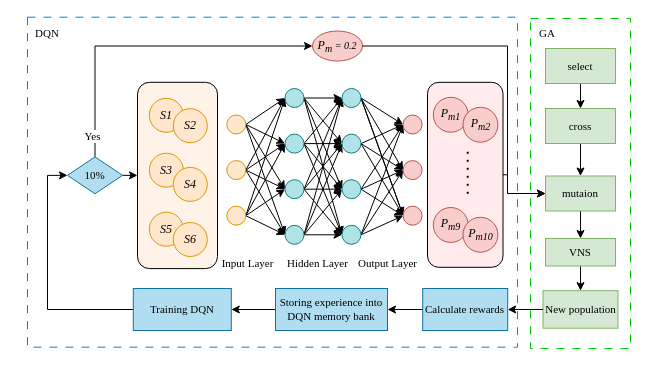
Earlier version of the draw.io diagram DQN.drawio (aslongaslihappy/algorithm). Source tidied: cells renumbered, new cells numbered last; positions are measured from the earlier drawing's top-left corner, leaving out a move shared by most shapes. Both pictures are drawn from the tidied source at 100%, with x=0, y=0 at pixel (17, 17).
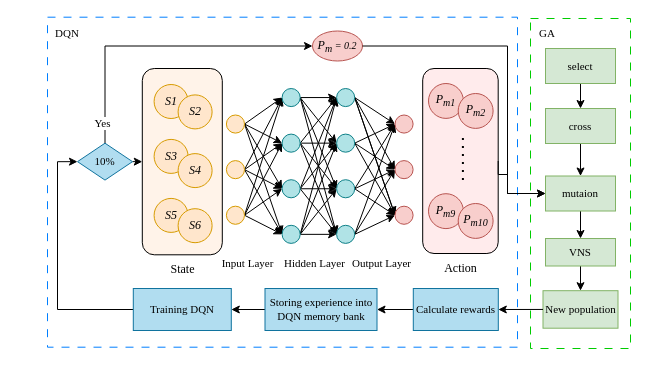
After the change.

The change refers to these unchanged cells:
```xml
<mxCell id="24" value="Training DQN" style="rounded=0;whiteSpace=wrap;html=1;fontFamily=Times New Roman;fillColor=#b1ddf0;strokeColor=#10739e;fontSize=11;" parent="1" vertex="1">
  <mxGeometry x="115.8" y="271" width="98" height="42" as="geometry" />
</mxCell>
```

What changed in the source:
```diff
@@
     <mxCell id="2" style="rounded=0;whiteSpace=wrap;html=1;dashed=1;dashPattern=8 8;strokeColor=#007FFF;" parent="1" vertex="1">
-      <mxGeometry x="10" y="-0.3" width="490" height="330" as="geometry" />
+      <mxGeometry x="30" y="-0.3" width="470" height="330" as="geometry" />
     </mxCell>
     <mxCell id="3" value="DQN" style="text;html=1;align=center;verticalAlign=middle;whiteSpace=wrap;rounded=0;fontFamily=Times New Roman;fontSize=11;" parent="1" vertex="1">
-      <mxGeometry y="1" width="60" height="30" as="geometry" />
+      <mxGeometry x="20" y="1" width="60" height="30" as="geometry" />
     </mxCell>
     <mxCell id="4" style="group;fontFamily=Times New Roman;fontStyle=2;" parent="1" vertex="1">
-      <mxGeometry x="120" y="64.8" width="80" height="186.2" as="geometry" />
+      <mxGeometry x="124.8" y="51" width="80" height="186.2" as="geometry" />
     </mxCell>
@@
     <mxCell id="12" style="group;fontStyle=2;" parent="1" vertex="1">
-      <mxGeometry x="410" y="64.8" width="75.5" height="185" as="geometry" />
+      <mxGeometry x="405.2" y="51" width="75.5" height="185" as="geometry" />
     </mxCell>
@@
     <mxCell id="20" value="Calculate rewards" style="rounded=0;whiteSpace=wrap;html=1;fontFamily=Times New Roman;fillColor=#b1ddf0;strokeColor=#10739e;fontSize=11;" parent="1" vertex="1">
-      <mxGeometry x="405.2" y="271" width="85" height="42" as="geometry" />
+      <mxGeometry x="395.8" y="271" width="85" height="42" as="geometry" />
     </mxCell>
@@
     <mxCell id="22" value="Storing experience into DQN memory bank" style="rounded=0;whiteSpace=wrap;html=1;fontFamily=Times New Roman;fillColor=#b1ddf0;strokeColor=#10739e;fontSize=11;" parent="1" vertex="1">
-      <mxGeometry x="258" y="271" width="112" height="42" as="geometry" />
+      <mxGeometry x="247.5" y="271" width="112" height="42" as="geometry" />
     </mxCell>
     <mxCell id="23" style="edgeStyle=orthogonalEdgeStyle;rounded=0;jettySize=auto;html=1;exitX=0;exitY=0.5;exitDx=0;exitDy=0;entryX=0;entryY=0.5;entryDx=0;entryDy=0;" parent="1" edge="1" source="24" target="28">
       <mxGeometry relative="1" as="geometry">
         <Array as="points">
-          <mxPoint x="30" y="292" />
-          <mxPoint x="30" y="157" />
+          <mxPoint x="40" y="292" />
+          <mxPoint x="40" y="144" />
         </Array>
       </mxGeometry>
     </mxCell>
@@
     <mxCell id="28" value="10%" style="rhombus;whiteSpace=wrap;html=1;fontFamily=Times New Roman;fillColor=#b1ddf0;strokeColor=#10739e;fontSize=11;" parent="1" vertex="1">
-      <mxGeometry x="50" y="139.4" width="55" height="36.9" as="geometry" />
+      <mxGeometry x="60" y="125.7" width="55" height="36.9" as="geometry" />
     </mxCell>
@@
     <mxCell id="44" style="group;" parent="1" vertex="1">
-      <mxGeometry x="200" y="71" width="230" height="187.4" as="geometry" />
+      <mxGeometry x="200" y="71" width="220" height="187.4" as="geometry" />
     </mxCell>
     <mxCell id="45" value="Input Layer" style="text;html=1;align=center;verticalAlign=middle;strokeColor=none;fillColor=none;fontFamily=Times New Roman;fontSize=11;" parent="44" vertex="1">
-      <mxGeometry x="-10" y="160.3" width="80" height="30" as="geometry" />
+      <mxGeometry x="-9.6" y="160.3" width="80" height="30" as="geometry" />
     </mxCell>
     <mxCell id="46" value="Hidden Layer" style="text;html=1;align=center;verticalAlign=middle;strokeColor=none;fillColor=none;fontFamily=Times New Roman;fontSize=11;" parent="44" vertex="1">
-      <mxGeometry x="60" y="160.3" width="80" height="30" as="geometry" />
+      <mxGeometry x="57.4" y="160.3" width="80" height="30" as="geometry" />
     </mxCell>
@@
     <mxCell id="51" style="ellipse;whiteSpace=wrap;html=1;fontSize=11;strokeWidth=1;fontFamily=Times New Roman;fillColor=#ffe6cc;strokeColor=#d79b00;" parent="44" vertex="1">
-      <mxGeometry x="9.3" y="26.5" width="19" height="19" as="geometry" />
+      <mxGeometry x="8.9" y="26.5" width="18.1" height="18.1" as="geometry" />
     </mxCell>
@@
     <mxCell id="56" style="ellipse;whiteSpace=wrap;html=1;fontSize=11;strokeWidth=1;fontFamily=Times New Roman;fillColor=#ffe6cc;strokeColor=#d79b00;" parent="44" vertex="1">
-      <mxGeometry x="9.3" y="72.1" width="19" height="19" as="geometry" />
+      <mxGeometry x="8.9" y="72.1" width="18.1" height="18.1" as="geometry" />
     </mxCell>
@@
     <mxCell id="61" style="ellipse;whiteSpace=wrap;html=1;fontSize=11;strokeWidth=1;fontFamily=Times New Roman;fillColor=#ffe6cc;strokeColor=#d79b00;" parent="44" vertex="1">
-      <mxGeometry x="9.3" y="117.7" width="19" height="19" as="geometry" />
+      <mxGeometry x="8.9" y="117.7" width="18.1" height="18.1" as="geometry" />
     </mxCell>
@@
     <mxCell id="66" style="ellipse;whiteSpace=wrap;html=1;fontSize=11;strokeWidth=1;flipV=1;flipH=1;fontFamily=Times New Roman;fillColor=#b0e3e6;strokeColor=#0e8088;" parent="44" vertex="1">
-      <mxGeometry x="67.5" y="136.8" width="19" height="19" as="geometry" />
+      <mxGeometry x="64.6" y="136.8" width="18.1" height="18.1" as="geometry" />
     </mxCell>
@@
     <mxCell id="71" style="ellipse;whiteSpace=wrap;html=1;fontSize=11;strokeWidth=1;flipV=1;flipH=1;fontFamily=Times New Roman;fillColor=#b0e3e6;strokeColor=#0e8088;" parent="44" vertex="1">
-      <mxGeometry x="67.5" y="91.2" width="19" height="19" as="geometry" />
+      <mxGeometry x="64.6" y="91.2" width="18.1" height="18.1" as="geometry" />
     </mxCell>
@@
     <mxCell id="76" style="ellipse;whiteSpace=wrap;html=1;fontSize=11;strokeWidth=1;flipV=1;flipH=1;fontFamily=Times New Roman;fillColor=#b0e3e6;strokeColor=#0e8088;" parent="44" vertex="1">
-      <mxGeometry x="67.5" y="45.6" width="19" height="19" as="geometry" />
+      <mxGeometry x="64.6" y="45.6" width="18.1" height="18.1" as="geometry" />
     </mxCell>
@@
     <mxCell id="79" style="rounded=0;jettySize=auto;html=1;exitX=1;exitY=0.5;exitDx=0;exitDy=0;entryX=0;entryY=0.5;entryDx=0;entryDy=0;fontFamily=Times New Roman;fontSize=11;" parent="44" edge="1" source="81">
       <mxGeometry relative="1" as="geometry">
-        <mxPoint x="124.5" y="100.5" as="targetPoint" />
+        <mxPoint x="119.1" y="100.5" as="targetPoint" />
       </mxGeometry>
     </mxCell>
@@
     <mxCell id="81" style="ellipse;whiteSpace=wrap;html=1;fontSize=11;strokeWidth=1;flipV=1;flipH=1;fontFamily=Times New Roman;fillColor=#b0e3e6;strokeColor=#0e8088;" parent="44" vertex="1">
-      <mxGeometry x="67.5" width="19" height="19" as="geometry" />
+      <mxGeometry x="64.6" width="18.1" height="18.1" as="geometry" />
     </mxCell>
@@
     <mxCell id="85" style="ellipse;whiteSpace=wrap;html=1;fontSize=11;strokeWidth=1;flipV=1;flipH=1;fontFamily=Times New Roman;fillColor=#b0e3e6;strokeColor=#0e8088;" parent="44" vertex="1">
-      <mxGeometry x="124.5" y="91.2" width="19" height="19" as="geometry" />
+      <mxGeometry x="119.1" y="91.2" width="18.1" height="18.1" as="geometry" />
     </mxCell>
@@
     <mxCell id="89" style="ellipse;whiteSpace=wrap;html=1;fontSize=11;strokeWidth=1;flipV=1;flipH=1;fontFamily=Times New Roman;fillColor=#b0e3e6;strokeColor=#0e8088;" parent="44" vertex="1">
-      <mxGeometry x="124.5" y="136.8" width="19" height="19" as="geometry" />
+      <mxGeometry x="119.1" y="136.8" width="18.1" height="18.1" as="geometry" />
     </mxCell>
@@
     <mxCell id="94" style="ellipse;whiteSpace=wrap;html=1;fontSize=11;strokeWidth=1;flipV=1;flipH=1;fontFamily=Times New Roman;fillColor=#b0e3e6;strokeColor=#0e8088;" parent="44" vertex="1">
-      <mxGeometry x="124.5" width="19" height="19" as="geometry" />
+      <mxGeometry x="119.1" width="18.1" height="18.1" as="geometry" />
     </mxCell>
@@
     <mxCell id="98" style="ellipse;whiteSpace=wrap;html=1;fontSize=11;strokeWidth=1;flipV=1;flipH=1;fontFamily=Times New Roman;fillColor=#b0e3e6;strokeColor=#0e8088;" parent="44" vertex="1">
-      <mxGeometry x="124.5" y="45.6" width="19" height="19" as="geometry" />
+      <mxGeometry x="119.1" y="45.6" width="18.1" height="18.1" as="geometry" />
     </mxCell>
     <mxCell id="99" style="ellipse;whiteSpace=wrap;html=1;fontSize=11;strokeWidth=1;fontFamily=Times New Roman;fillColor=#f8cecc;strokeColor=#b85450;" parent="44" vertex="1">
-      <mxGeometry x="185.6" y="117.7" width="19" height="19" as="geometry" />
+      <mxGeometry x="177.5" y="117.7" width="18.1" height="18.1" as="geometry" />
     </mxCell>
     <mxCell id="100" style="ellipse;whiteSpace=wrap;html=1;fontSize=11;strokeWidth=1;fontFamily=Times New Roman;fillColor=#f8cecc;strokeColor=#b85450;" parent="44" vertex="1">
-      <mxGeometry x="185.6" y="72.1" width="19" height="19" as="geometry" />
+      <mxGeometry x="177.5" y="72.1" width="18.1" height="18.1" as="geometry" />
     </mxCell>
     <mxCell id="101" style="ellipse;whiteSpace=wrap;html=1;fontSize=11;strokeWidth=1;fontFamily=Times New Roman;fillColor=#f8cecc;strokeColor=#b85450;" parent="44" vertex="1">
-      <mxGeometry x="185.6" y="26.5" width="19" height="19" as="geometry" />
+      <mxGeometry x="177.5" y="26.5" width="18.1" height="18.1" as="geometry" />
     </mxCell>
     <mxCell id="102" value="Output Layer" style="text;html=1;align=center;verticalAlign=middle;strokeColor=none;fillColor=none;fontFamily=Times New Roman;fontSize=11;" parent="44" vertex="1">
-      <mxGeometry x="130" y="160.3" width="80" height="30" as="geometry" />
+      <mxGeometry x="124.3" y="160.3" width="80" height="30" as="geometry" />
     </mxCell>
@@
+    <mxCell id="104" value="State" style="text;html=1;align=center;verticalAlign=middle;strokeColor=none;fillColor=none;fontFamily=Times New Roman;" parent="1" vertex="1">
+      <mxGeometry x="139.8" y="237.2" width="50" height="30" as="geometry" />
+    </mxCell>
+    <mxCell id="105" value="Action" style="text;html=1;align=center;verticalAlign=middle;strokeColor=none;fillColor=none;fontFamily=Times New Roman;" parent="1" vertex="1">
+      <mxGeometry x="413" y="236" width="60" height="30" as="geometry" />
+    </mxCell>
```
